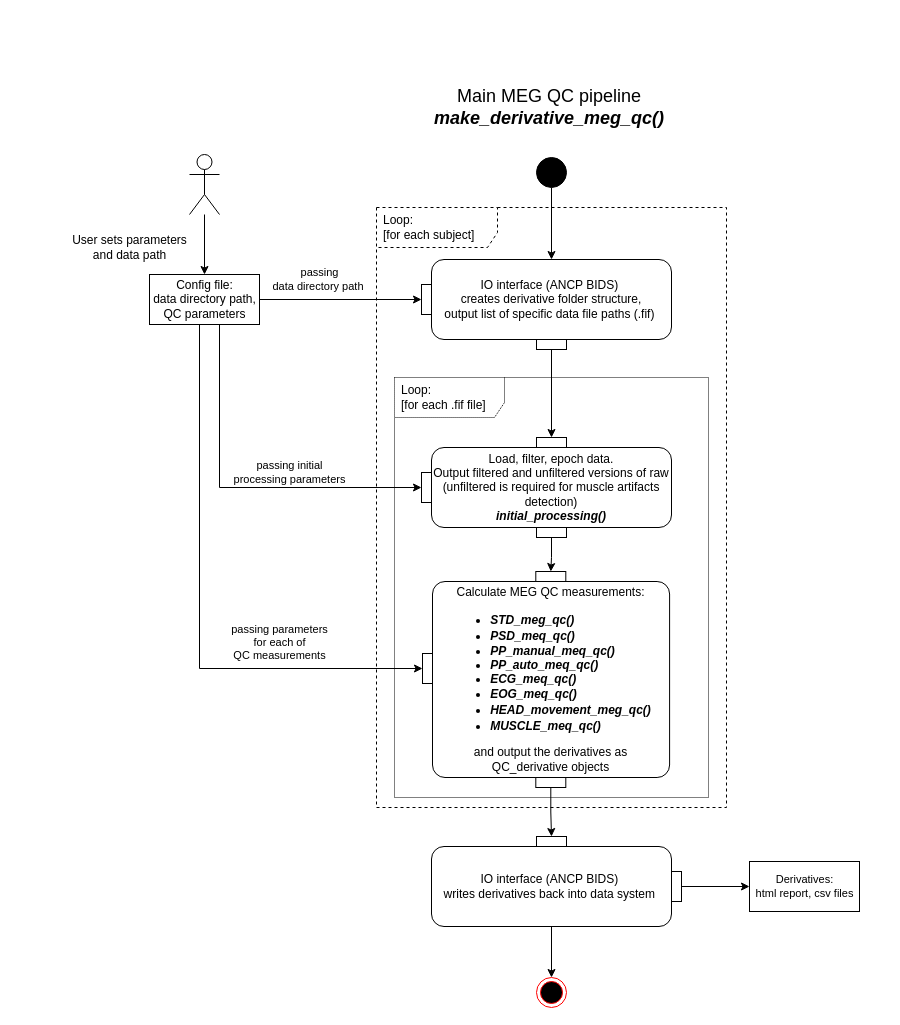
The draw.io diagram diagrams/_main_UML2.5.drawio in oldgandalf/MEGqcJorge, before the edit. Source tidied: cells renumbered, new cells numbered last; positions are measured from the earlier drawing's top-left corner, leaving out a move shared by most shapes. Both pictures are drawn from the tidied source at 100%, with x=0, y=0 at pixel (59, 77).
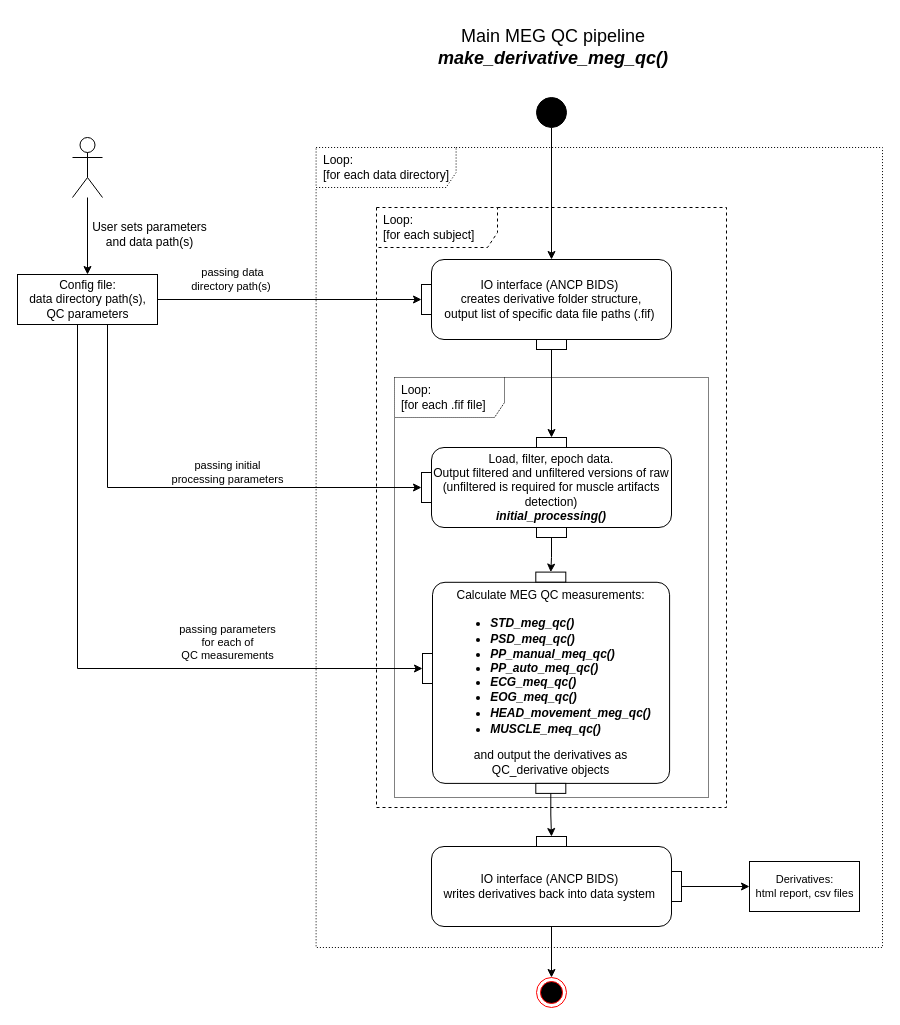
The same page after the edit.

The change refers to these unchanged cells:
```xml
<mxCell id="32" value="pinIn 2" style="fontStyle=0;labelPosition=left;verticalLabelPosition=middle;align=right;verticalAlign=middle;spacingLeft=2;fontFamily=Helvetica;fontSize=12;flipH=0;noLabel=1;" parent="1" vertex="1">
  <mxGeometry x="362" y="395" width="10" height="30" as="geometry" />
</mxCell>
<mxCell id="33" value="pinIn 2" style="fontStyle=0;labelPosition=left;verticalLabelPosition=middle;align=right;verticalAlign=middle;spacingLeft=2;fontFamily=Helvetica;fontSize=12;flipH=0;noLabel=1;" parent="1" vertex="1">
  <mxGeometry x="363" y="576" width="10" height="30" as="geometry" />
</mxCell>
```

Change to the diagram source:
```diff
@@
     <mxCell id="5" style="shape=umlActor;verticalLabelPosition=bottom;verticalAlign=top;html=1;outlineConnect=0;fontSize=14;" parent="1" vertex="1">
-      <mxGeometry x="130" y="77" width="30" height="60" as="geometry" />
+      <mxGeometry x="13" y="60" width="30" height="60" as="geometry" />
     </mxCell>
@@
     <mxCell id="7" style="edgeStyle=orthogonalEdgeStyle;rounded=0;jettySize=auto;html=1;entryX=0;entryY=0.5;entryDx=0;entryDy=0;fontSize=11;jumpStyle=arc;jumpSize=11;" parent="1" edge="1" source="9" target="32">
       <mxGeometry relative="1" as="geometry">
         <Array as="points">
-          <mxPoint x="160" y="410" />
+          <mxPoint x="48" y="410" />
         </Array>
       </mxGeometry>
     </mxCell>
     <mxCell id="8" style="edgeStyle=orthogonalEdgeStyle;rounded=0;jettySize=auto;html=1;entryX=0;entryY=0.5;entryDx=0;entryDy=0;fontSize=11;jumpStyle=arc;jumpSize=11;" parent="1" edge="1" source="9" target="33">
       <mxGeometry relative="1" as="geometry">
         <Array as="points">
-          <mxPoint x="140" y="591" />
+          <mxPoint x="18" y="591" />
         </Array>
       </mxGeometry>
     </mxCell>
-    <mxCell id="9" value="Config file:&lt;br&gt;data directory path,&lt;br&gt;QC parameters" style="html=1;" parent="1" vertex="1">
-      <mxGeometry x="90" y="197" width="110" height="50" as="geometry" />
+    <mxCell id="9" value="Config file:&lt;br&gt;data directory path(s),&lt;br&gt;QC parameters" style="html=1;" parent="1" vertex="1">
+      <mxGeometry x="-42" y="197" width="140" height="50" as="geometry" />
     </mxCell>
-    <mxCell id="10" value="User sets parameters &lt;br&gt;and data path" style="text;html=1;align=center;verticalAlign=middle;strokeColor=none;fillColor=none;" parent="1" vertex="1">
-      <mxGeometry y="150" width="140" height="40" as="geometry" />
+    <mxCell id="10" value="User sets parameters &lt;br&gt;and data path(s)" style="text;html=1;align=center;verticalAlign=middle;strokeColor=none;fillColor=none;" parent="1" vertex="1">
+      <mxGeometry x="20" y="137" width="140" height="40" as="geometry" />
     </mxCell>
@@
     <mxCell id="12" style="ellipse;fillColor=strokeColor;" parent="1" vertex="1">
-      <mxGeometry x="477" y="80" width="30" height="30" as="geometry" />
+      <mxGeometry x="477" y="20" width="30" height="30" as="geometry" />
     </mxCell>
@@
-    <mxCell id="22" style="group;" parent="1" vertex="1">
-      <mxGeometry x="373" y="470" width="246" height="230" as="geometry" />
+    <mxCell id="22" style="group;dashed=1;dashPattern=1 1;" parent="1" vertex="1">
+      <mxGeometry x="373" y="470" width="450" height="400" as="geometry" />
     </mxCell>
     <mxCell id="23" value="&lt;font style=&quot;font-size: 12px;&quot;&gt;Calculate MEG QC measurements:&lt;br&gt;&lt;/font&gt;&lt;ul style=&quot;border-color: var(--border-color); text-align: left; background-color: rgb(255, 255, 255);&quot;&gt;&lt;li style=&quot;border-color: var(--border-color);&quot;&gt;&lt;div style=&quot;line-height: 18px;&quot;&gt;&lt;font style=&quot;font-size: 12px;&quot;&gt;&lt;i style=&quot;&quot;&gt;&lt;b&gt;STD_meg_qc()&lt;/b&gt;&lt;/i&gt;&lt;/font&gt;&lt;/div&gt;&lt;/li&gt;&lt;li style=&quot;border-color: var(--border-color);&quot;&gt;&lt;font style=&quot;border-color: var(--border-color); font-size: 12px;&quot;&gt;&lt;i&gt;&lt;b&gt;PSD_meq_qc()&lt;/b&gt;&lt;/i&gt;&lt;/font&gt;&lt;/li&gt;&lt;li style=&quot;border-color: var(--border-color);&quot;&gt;&lt;font style=&quot;border-color: var(--border-color); font-size: 12px;&quot;&gt;&lt;i&gt;&lt;b&gt;PP_manual_meq_qc()&lt;/b&gt;&lt;/i&gt;&lt;/font&gt;&lt;/li&gt;&lt;li style=&quot;border-color: var(--border-color);&quot;&gt;&lt;font style=&quot;border-color: var(--border-color); font-size: 12px;&quot;&gt;&lt;i&gt;&lt;b&gt;PP_auto_meq_qc()&lt;/b&gt;&lt;/i&gt;&lt;/font&gt;&lt;/li&gt;&lt;li style=&quot;border-color: var(--border-color);&quot;&gt;&lt;font style=&quot;border-color: var(--border-color); font-size: 12px;&quot;&gt;&lt;i&gt;&lt;b&gt;ECG_meq_qc()&lt;/b&gt;&lt;/i&gt;&lt;/font&gt;&lt;/li&gt;&lt;li style=&quot;border-color: var(--border-color);&quot;&gt;&lt;font style=&quot;border-color: var(--border-color); font-size: 12px;&quot;&gt;&lt;i&gt;&lt;b&gt;EOG_meq_qc()&lt;/b&gt;&lt;/i&gt;&lt;/font&gt;&lt;/li&gt;&lt;li style=&quot;border-color: var(--border-color);&quot;&gt;&lt;div style=&quot;line-height: 18px;&quot;&gt;&lt;font style=&quot;font-size: 12px;&quot;&gt;&lt;i&gt;&lt;b&gt;HEAD_movement_meg_qc()&lt;/b&gt;&lt;/i&gt;&lt;/font&gt;&lt;/div&gt;&lt;/li&gt;&lt;li style=&quot;border-color: var(--border-color);&quot;&gt;&lt;font style=&quot;border-color: var(--border-color); font-size: 12px;&quot;&gt;&lt;i style=&quot;&quot;&gt;&lt;b&gt;MUSCLE_meq_qc()&lt;/b&gt;&lt;/i&gt;&lt;/font&gt;&lt;/li&gt;&lt;/ul&gt;&lt;font style=&quot;font-size: 12px;&quot;&gt;and output the derivatives as &lt;br&gt;QC_derivative objects&lt;/font&gt;" style="html=1;align=center;verticalAlign=middle;rounded=1;absoluteArcSize=1;arcSize=25;dashed=0;fontFamily=Helvetica;fontSize=12;whiteSpace=wrap;noLabel=0;imageAlign=center;" parent="22" vertex="1">
-      <mxGeometry y="34" width="237.1" height="196" as="geometry" />
+      <mxGeometry y="34.8" width="237.1" height="201.1" as="geometry" />
     </mxCell>
     <mxCell id="24" value="pinOut 2" style="fontStyle=0;labelPosition=center;verticalLabelPosition=bottom;align=center;verticalAlign=top;spacingLeft=2;fontFamily=Helvetica;fontSize=12;noLabel=1;" parent="22" vertex="1">
-      <mxGeometry x="103.3" y="230" width="30" height="10" as="geometry" />
+      <mxGeometry x="103.3" y="235.9" width="30" height="10" as="geometry" />
     </mxCell>
     <mxCell id="25" value="pinIn 1" style="fontStyle=0;labelPosition=center;verticalLabelPosition=top;align=center;verticalAlign=bottom;spacingLeft=2;fontFamily=Helvetica;fontSize=12;noLabel=1;" parent="22" vertex="1">
-      <mxGeometry x="103.3" y="24" width="30" height="10" as="geometry" />
+      <mxGeometry x="103.3" y="24.6" width="30" height="10" as="geometry" />
     </mxCell>
+    <mxCell id="42" value="Loop:&lt;br&gt;[for each data directory]" style="shape=umlFrame;whiteSpace=wrap;html=1;width=140;height=40;boundedLbl=1;verticalAlign=middle;align=left;spacingLeft=5;dashed=1;dashPattern=1 2;" parent="22" vertex="1">
+      <mxGeometry x="-116.4" y="-400" width="566.4" height="800" as="geometry" />
+    </mxCell>
@@
-    <mxCell id="34" value="passing&lt;br&gt;data directory path&amp;nbsp;" style="text;html=1;align=center;verticalAlign=middle;strokeColor=none;fillColor=none;fontSize=11;" parent="1" vertex="1">
-      <mxGeometry x="200" y="182" width="120" height="40" as="geometry" />
+    <mxCell id="34" value="passing data &lt;br&gt;directory path(s)&amp;nbsp;" style="text;html=1;align=center;verticalAlign=middle;strokeColor=none;fillColor=none;fontSize=11;" parent="1" vertex="1">
+      <mxGeometry x="118" y="182" width="110" height="40" as="geometry" />
     </mxCell>
     <mxCell id="35" value="passing initial &lt;br&gt;processing parameters" style="text;html=1;align=center;verticalAlign=middle;strokeColor=none;fillColor=none;fontSize=11;" parent="1" vertex="1">
-      <mxGeometry x="160" y="375" width="140" height="40" as="geometry" />
+      <mxGeometry x="98" y="375" width="140" height="40" as="geometry" />
     </mxCell>
     <mxCell id="36" value="passing parameters &lt;br&gt;for each of &lt;br&gt;QC measurements" style="text;html=1;align=center;verticalAlign=middle;strokeColor=none;fillColor=none;fontSize=11;" parent="1" vertex="1">
-      <mxGeometry x="160" y="540" width="120" height="50" as="geometry" />
+      <mxGeometry x="108" y="540" width="120" height="50" as="geometry" />
     </mxCell>
@@
     <mxCell id="41" value="&lt;font style=&quot;font-size: 18px;&quot;&gt;Main MEG QC pipeline&amp;nbsp;&lt;br&gt;&lt;b&gt;&lt;i&gt;make_derivative_meg_qc()&amp;nbsp;&lt;/i&gt;&lt;/b&gt;&lt;/font&gt;" style="text;html=1;align=center;verticalAlign=middle;strokeColor=none;fillColor=none;fontSize=11;" parent="1" vertex="1">
-      <mxGeometry x="362" width="260" height="60" as="geometry" />
+      <mxGeometry x="366" y="-60" width="260" height="60" as="geometry" />
     </mxCell>
```
